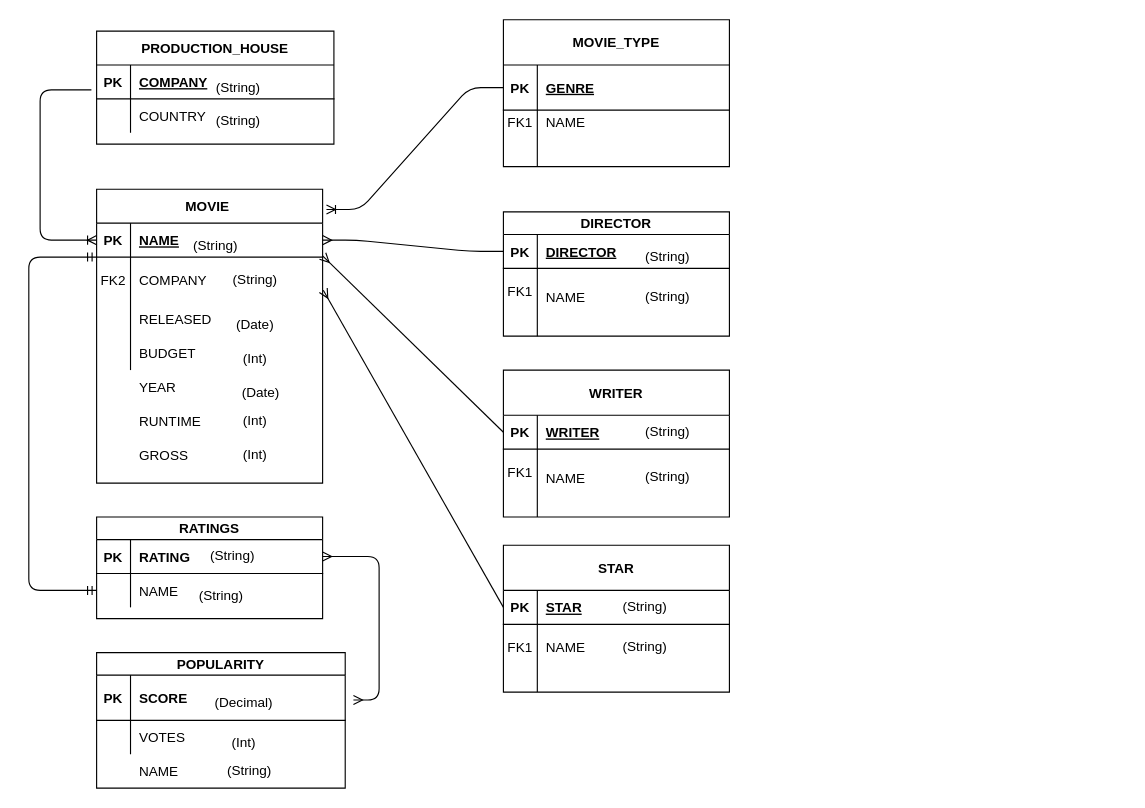
Before: Untitled Diagram.drawio in ashlesha10/66daysofdata, a draw.io diagram. Source tidied: cells renumbered, new cells numbered last; positions are measured from the earlier drawing's top-left corner, leaving out a move shared by most shapes. Both pictures are drawn from the tidied source at 113%, with x=0, y=0 at pixel (28, 19).
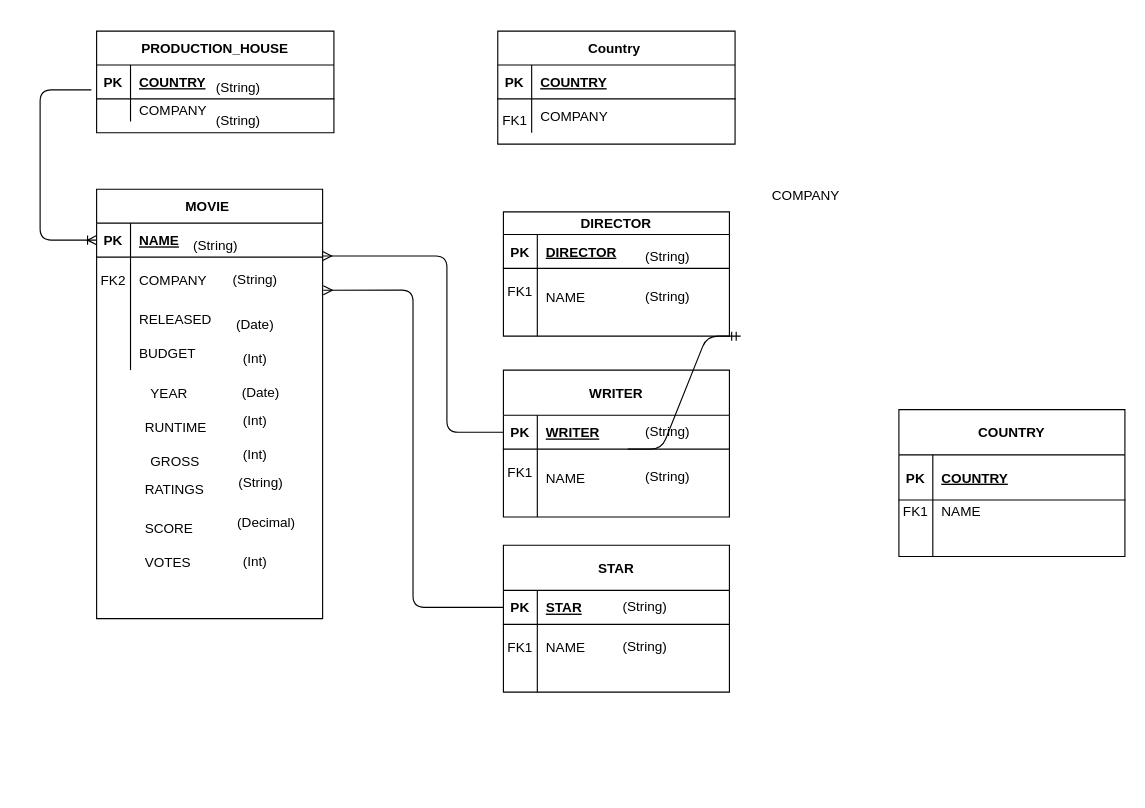
The same diagram, later.

Unchanged cells that the change refers to:
```xml
<mxCell id="3" style="shape=partialRectangle;fillColor=none;points=[[0,0.5],[1,0.5]];portConstraint=eastwest;top=0;left=0;right=0;bottom=1;" parent="2" vertex="1">
  <mxGeometry y="40" width="200" height="40" as="geometry" />
</mxCell>
<mxCell id="13" style="shape=partialRectangle;fillColor=none;points=[[0,0.5],[1,0.5]];portConstraint=eastwest;top=0;left=0;right=0;bottom=1;" parent="12" vertex="1">
  <mxGeometry y="20" width="200" height="30" as="geometry" />
</mxCell>
<mxCell id="23" style="shape=partialRectangle;fillColor=none;points=[[0,0.5],[1,0.5]];portConstraint=eastwest;top=0;left=0;right=0;bottom=1;" parent="22" vertex="1">
  <mxGeometry y="30" width="210" height="30" as="geometry" />
</mxCell>
<mxCell id="31" style="shape=partialRectangle;fillColor=none;points=[[0,0.5],[1,0.5]];portConstraint=eastwest;top=0;left=0;right=0;bottom=1;" parent="30" vertex="1">
  <mxGeometry y="30" width="200" height="30" as="geometry" />
</mxCell>
<mxCell id="34" style="shape=partialRectangle;fillColor=none;points=[[0,0.5],[1,0.5]];portConstraint=eastwest;top=0;left=0;right=0;bottom=0;" parent="30" vertex="1">
  <mxGeometry y="60" width="200" height="40" as="geometry" />
</mxCell>
<mxCell id="60" style="shape=partialRectangle;fillColor=none;points=[[0,0.5],[1,0.5]];portConstraint=eastwest;top=0;left=0;right=0;bottom=1;" parent="59" vertex="1">
  <mxGeometry y="40" width="200" height="30" as="geometry" />
</mxCell>
<mxCell id="70" style="shape=partialRectangle;fillColor=none;points=[[0,0.5],[1,0.5]];portConstraint=eastwest;top=0;left=0;right=0;bottom=1;" parent="69" vertex="1">
  <mxGeometry y="40" width="200" height="30" as="geometry" />
</mxCell>
```

The edit, as a diff of the source:
```diff
@@
-    <mxCell id="2" value="MOVIE_TYPE" style="shape=table;startSize=40;childLayout=tableLayout;rowLines=0;fontStyle=1;align=center;" parent="1" vertex="1">
-      <mxGeometry x="420" width="200" height="130" as="geometry" />
+    <mxCell id="2" value="COUNTRY" style="shape=table;startSize=40;childLayout=tableLayout;rowLines=0;fontStyle=1;align=center;" parent="1" vertex="1">
+      <mxGeometry x="770" y="345" width="200" height="130" as="geometry" />
     </mxCell>
@@
-    <mxCell id="5" value="GENRE" style="shape=partialRectangle;overflow=hidden;fillColor=none;top=0;left=0;bottom=0;right=0;align=left;spacingLeft=6;fontStyle=5;" parent="3" vertex="1">
+    <mxCell id="5" value="COUNTRY" style="shape=partialRectangle;overflow=hidden;fillColor=none;top=0;left=0;bottom=0;right=0;align=left;spacingLeft=6;fontStyle=5;" parent="3" vertex="1">
       <mxGeometry x="30" width="170" height="40" as="geometry" />
     </mxCell>
@@
     <mxCell id="22" value="PRODUCTION_HOUSE" style="shape=table;startSize=30;childLayout=tableLayout;rowLines=0;fontStyle=1;align=center;" parent="1" vertex="1">
-      <mxGeometry x="60" y="10" width="210" height="100" as="geometry" />
+      <mxGeometry x="60" y="10" width="210" height="90" as="geometry" />
     </mxCell>
@@
-    <mxCell id="25" value="COMPANY" style="shape=partialRectangle;overflow=hidden;fillColor=none;top=0;left=0;bottom=0;right=0;align=left;spacingLeft=6;fontStyle=5;" parent="23" vertex="1">
+    <mxCell id="25" value="COUNTRY" style="shape=partialRectangle;overflow=hidden;fillColor=none;top=0;left=0;bottom=0;right=0;align=left;spacingLeft=6;fontStyle=5;" parent="23" vertex="1">
       <mxGeometry x="30" width="180" height="30" as="geometry" />
     </mxCell>
     <mxCell id="26" style="shape=partialRectangle;fillColor=none;top=0;left=0;right=0;bottom=0;" parent="22" vertex="1">
-      <mxGeometry y="60" width="210" height="30" as="geometry" />
+      <mxGeometry y="60" width="210" height="20" as="geometry" />
     </mxCell>
     <mxCell id="27" style="shape=partialRectangle;overflow=hidden;fillColor=none;top=0;left=0;bottom=0;right=0;" parent="26" vertex="1">
-      <mxGeometry width="30" height="30" as="geometry" />
+      <mxGeometry width="30" height="20" as="geometry" />
     </mxCell>
-    <mxCell id="28" value="COUNTRY" style="shape=partialRectangle;overflow=hidden;fillColor=none;top=0;left=0;bottom=0;right=0;align=left;spacingLeft=6;" parent="26" vertex="1">
-      <mxGeometry x="30" width="180" height="30" as="geometry" />
+    <mxCell id="28" value="COMPANY" style="shape=partialRectangle;overflow=hidden;fillColor=none;top=0;left=0;bottom=0;right=0;align=left;spacingLeft=6;" parent="26" vertex="1">
+      <mxGeometry x="30" width="180" height="20" as="geometry" />
     </mxCell>
@@
     <mxCell id="30" value="MOVIE " style="shape=table;startSize=30;childLayout=tableLayout;rowLines=0;fontStyle=1;align=center;" parent="1" vertex="1">
-      <mxGeometry x="60" y="150" width="200" height="260" as="geometry" />
+      <mxGeometry x="60" y="150" width="200" height="380" as="geometry" />
     </mxCell>
@@
     <mxCell id="43" value="RUNTIME" style="shape=partialRectangle;overflow=hidden;fillColor=none;top=0;left=0;bottom=0;right=0;align=left;spacingLeft=6;" parent="1" vertex="1">
-      <mxGeometry x="90" y="340" width="220" height="30" as="geometry" />
+      <mxGeometry x="95" y="345" width="220" height="30" as="geometry" />
     </mxCell>
     <mxCell id="44" value="YEAR" style="shape=partialRectangle;overflow=hidden;fillColor=none;top=0;left=0;bottom=0;right=0;align=left;spacingLeft=6;" parent="1" vertex="1">
-      <mxGeometry x="90" y="310" width="220" height="30" as="geometry" />
+      <mxGeometry x="100" y="315" width="220" height="30" as="geometry" />
     </mxCell>
-    <mxCell id="45" value="RATINGS" style="shape=table;startSize=20;childLayout=tableLayout;rowLines=0;fontStyle=1;align=center;" parent="1" vertex="1">
-      <mxGeometry x="60" y="440" width="200" height="90" as="geometry" />
-    </mxCell>
-    <mxCell id="46" style="shape=partialRectangle;fillColor=none;points=[[0,0.5],[1,0.5]];portConstraint=eastwest;top=0;left=0;right=0;bottom=1;" parent="45" vertex="1">
-      <mxGeometry y="20" width="200" height="30" as="geometry" />
-    </mxCell>
-    <mxCell id="47" value="PK" style="shape=partialRectangle;overflow=hidden;fillColor=none;top=0;left=0;bottom=0;right=0;fontStyle=1;" parent="46" vertex="1">
-      <mxGeometry width="30" height="30" as="geometry" />
-    </mxCell>
-    <mxCell id="48" value="RATING" style="shape=partialRectangle;overflow=hidden;fillColor=none;top=0;left=0;bottom=0;right=0;align=left;spacingLeft=6;fontStyle=1;" parent="46" vertex="1">
-      <mxGeometry x="30" width="170" height="30" as="geometry" />
-    </mxCell>
-    <mxCell id="49" style="shape=partialRectangle;fillColor=none;points=[[0,0.5],[1,0.5]];portConstraint=eastwest;top=0;left=0;right=0;bottom=0;" parent="45" vertex="1">
-      <mxGeometry y="50" width="200" height="30" as="geometry" />
-    </mxCell>
-    <mxCell id="50" style="shape=partialRectangle;overflow=hidden;fillColor=none;top=0;left=0;bottom=0;right=0;" parent="49" vertex="1">
-      <mxGeometry width="30" height="30" as="geometry" />
-    </mxCell>
-    <mxCell id="51" value="NAME" style="shape=partialRectangle;overflow=hidden;fillColor=none;top=0;left=0;bottom=0;right=0;align=left;spacingLeft=6;" parent="49" vertex="1">
-      <mxGeometry x="30" width="170" height="30" as="geometry" />
-    </mxCell>
-    <mxCell id="52" value="POPULARITY" style="shape=table;startSize=20;childLayout=tableLayout;rowLines=0;fontStyle=1;align=center;" parent="1" vertex="1">
-      <mxGeometry x="60" y="560" width="220" height="120" as="geometry" />
-    </mxCell>
-    <mxCell id="53" style="shape=partialRectangle;fillColor=none;points=[[0,0.5],[1,0.5]];portConstraint=eastwest;top=0;left=0;right=0;bottom=1;" parent="52" vertex="1">
-      <mxGeometry y="20" width="220" height="40" as="geometry" />
-    </mxCell>
-    <mxCell id="54" value="PK" style="shape=partialRectangle;overflow=hidden;fillColor=none;top=0;left=0;bottom=0;right=0;fontStyle=1;" parent="53" vertex="1">
-      <mxGeometry width="30" height="40" as="geometry" />
-    </mxCell>
-    <mxCell id="55" value="SCORE" style="shape=partialRectangle;overflow=hidden;fillColor=none;top=0;left=0;bottom=0;right=0;align=left;spacingLeft=6;fontStyle=1;" parent="53" vertex="1">
-      <mxGeometry x="30" width="190" height="40" as="geometry" />
-    </mxCell>
-    <mxCell id="56" style="shape=partialRectangle;fillColor=none;top=0;left=0;right=0;bottom=0;" parent="52" vertex="1">
-      <mxGeometry y="60" width="220" height="30" as="geometry" />
-    </mxCell>
-    <mxCell id="57" style="shape=partialRectangle;overflow=hidden;fillColor=none;top=0;left=0;bottom=0;right=0;" parent="56" vertex="1">
-      <mxGeometry width="30" height="30" as="geometry" />
-    </mxCell>
-    <mxCell id="58" value="VOTES" style="shape=partialRectangle;overflow=hidden;fillColor=none;top=0;left=0;bottom=0;right=0;align=left;spacingLeft=6;" parent="56" vertex="1">
-      <mxGeometry x="30" width="190" height="30" as="geometry" />
-    </mxCell>
@@
     <mxCell id="81" value="GROSS" style="shape=partialRectangle;overflow=hidden;fillColor=none;top=0;left=0;bottom=0;right=0;align=left;spacingLeft=6;" parent="1" vertex="1">
-      <mxGeometry x="90" y="370" width="210" height="30" as="geometry" />
+      <mxGeometry x="100" y="375" width="210" height="30" as="geometry" />
     </mxCell>
-    <mxCell id="82" value="NAME" style="shape=partialRectangle;overflow=hidden;fillColor=none;top=0;left=0;bottom=0;right=0;align=left;spacingLeft=6;" parent="1" vertex="1">
-      <mxGeometry x="90" y="650" width="210" height="30" as="geometry" />
-    </mxCell>
@@
-    <mxCell id="84" style="edgeStyle=orthogonalEdgeStyle;fontSize=12;html=1;endArrow=ERmandOne;startArrow=ERmandOne;exitX=0;exitY=0.5;exitDx=0;exitDy=0;" parent="1" edge="1" source="49">
-      <mxGeometry relative="1" as="geometry">
-        <mxPoint x="60" y="210" as="targetPoint" />
-        <Array as="points">
-          <mxPoint y="505" />
-          <mxPoint y="210" />
-        </Array>
-      </mxGeometry>
-    </mxCell>
-    <mxCell id="85" style="edgeStyle=entityRelationEdgeStyle;fontSize=12;html=1;endArrow=ERmany;entryX=1;entryY=0.5;entryDx=0;entryDy=0;exitX=0;exitY=0.5;exitDx=0;exitDy=0;" parent="1" edge="1" source="13" target="31">
-      <mxGeometry relative="1" as="geometry" />
-    </mxCell>
-    <mxCell id="86" style="fontSize=12;html=1;endArrow=ERmany;exitX=0;exitY=0.5;exitDx=0;exitDy=0;" parent="1" edge="1" source="60">
+    <mxCell id="86" style="fontSize=12;html=1;endArrow=ERmany;exitX=0;exitY=0.5;exitDx=0;exitDy=0;edgeStyle=orthogonalEdgeStyle;elbow=vertical;" parent="1" edge="1" source="60">
       <mxGeometry relative="1" as="geometry">
         <mxPoint x="260" y="209" as="targetPoint" />
+        <Array as="points">
+          <mxPoint x="370" y="365" />
+          <mxPoint x="370" y="209" />
+        </Array>
       </mxGeometry>
     </mxCell>
-    <mxCell id="87" style="fontSize=12;html=1;endArrow=ERmany;exitX=0;exitY=0.5;exitDx=0;exitDy=0;entryX=1.003;entryY=0.733;entryDx=0;entryDy=0;entryPerimeter=0;" parent="1" edge="1" source="70" target="34">
+    <mxCell id="87" style="fontSize=12;html=1;endArrow=ERmany;exitX=0;exitY=0.5;exitDx=0;exitDy=0;entryX=1.003;entryY=0.733;entryDx=0;entryDy=0;entryPerimeter=0;edgeStyle=orthogonalEdgeStyle;elbow=vertical;" parent="1" edge="1" source="70" target="34">
       <mxGeometry relative="1" as="geometry" />
     </mxCell>
-    <mxCell id="88" style="edgeStyle=entityRelationEdgeStyle;fontSize=12;html=1;endArrow=ERoneToMany;entryX=1.017;entryY=0.069;entryDx=0;entryDy=0;exitX=0;exitY=0.5;exitDx=0;exitDy=0;entryPerimeter=0;" parent="1" edge="1" source="3" target="30">
-      <mxGeometry relative="1" as="geometry" />
-    </mxCell>
-    <mxCell id="89" style="fontSize=12;html=1;endArrow=ERmany;startArrow=ERmany;exitX=1;exitY=0.5;exitDx=0;exitDy=0;entryX=1.033;entryY=0.55;entryDx=0;entryDy=0;entryPerimeter=0;edgeStyle=elbowEdgeStyle;elbow=vertical;" parent="1" edge="1" source="46" target="53">
-      <mxGeometry relative="1" as="geometry">
-        <Array as="points">
-          <mxPoint x="310" y="539" />
-        </Array>
-      </mxGeometry>
-    </mxCell>
-    <mxCell id="90" value="(String)" style="text;html=1;align=center;verticalAlign=middle;" parent="1" vertex="1">
-      <mxGeometry x="145" y="500" width="50" height="20" as="geometry" />
-    </mxCell>
@@
     <mxCell id="106" value="(String)" style="text;html=1;align=center;verticalAlign=middle;" parent="1" vertex="1">
-      <mxGeometry x="170" y="655" width="50" height="20" as="geometry" />
+      <mxGeometry x="180" y="400" width="50" height="20" as="geometry" />
     </mxCell>
     <mxCell id="107" value="(Int)" style="text;html=1;align=center;verticalAlign=middle;" parent="1" vertex="1">
-      <mxGeometry x="170" y="630" width="40" height="20" as="geometry" />
+      <mxGeometry x="180" y="470" width="40" height="20" as="geometry" />
     </mxCell>
     <mxCell id="108" value="(Decimal)" style="text;html=1;align=center;verticalAlign=middle;" parent="1" vertex="1">
-      <mxGeometry x="155" y="595" width="70" height="20" as="geometry" />
+      <mxGeometry x="175" y="435" width="70" height="20" as="geometry" />
     </mxCell>
-    <mxCell id="109" value="(String)" style="text;html=1;align=center;verticalAlign=middle;" parent="1" vertex="1">
-      <mxGeometry x="155" y="465" width="50" height="20" as="geometry" />
-    </mxCell>
+    <mxCell id="45" value="RATINGS" style="shape=partialRectangle;overflow=hidden;fillColor=none;top=0;left=0;bottom=0;right=0;align=left;spacingLeft=6;" parent="1" vertex="1">
+      <mxGeometry x="95" y="400" width="210" height="30" as="geometry" />
+    </mxCell>
+    <mxCell id="55" value="SCORE" style="shape=partialRectangle;overflow=hidden;fillColor=none;top=0;left=0;bottom=0;right=0;align=left;spacingLeft=6;" parent="1" vertex="1">
+      <mxGeometry x="95" y="435" width="210" height="30" as="geometry" />
+    </mxCell>
+    <mxCell id="58" value="VOTES" style="shape=partialRectangle;overflow=hidden;fillColor=none;top=0;left=0;bottom=0;right=0;align=left;spacingLeft=6;" parent="1" vertex="1">
+      <mxGeometry x="95" y="465" width="210" height="30" as="geometry" />
+    </mxCell>
+    <mxCell id="110" style="edgeStyle=entityRelationEdgeStyle;fontSize=12;html=1;endArrow=ERmandOne;" parent="1" edge="1">
+      <mxGeometry relative="1" as="geometry">
+        <mxPoint x="530" y="380" as="sourcePoint" />
+        <mxPoint x="630" y="280" as="targetPoint" />
+      </mxGeometry>
+    </mxCell>
+    <mxCell id="111" value="COMPANY" style="shape=partialRectangle;overflow=hidden;fillColor=none;top=0;left=0;bottom=0;right=0;align=left;spacingLeft=6;" parent="1" vertex="1">
+      <mxGeometry x="650" y="140" width="180" height="30" as="geometry" />
+    </mxCell>
+    <mxCell id="112" value="Country " style="shape=table;startSize=30;childLayout=tableLayout;rowLines=0;fontStyle=1;align=center;" parent="1" vertex="1">
+      <mxGeometry x="415" y="10" width="210" height="100" as="geometry" />
+    </mxCell>
+    <mxCell id="113" style="shape=partialRectangle;fillColor=none;top=0;left=0;right=0;bottom=1;" parent="112" vertex="1">
+      <mxGeometry y="30" width="210" height="30" as="geometry" />
+    </mxCell>
+    <mxCell id="47" value="PK" style="shape=partialRectangle;overflow=hidden;fillColor=none;top=0;left=0;bottom=0;right=0;fontStyle=1;" parent="113" vertex="1">
+      <mxGeometry width="30" height="30" as="geometry" />
+    </mxCell>
+    <mxCell id="114" value="COUNTRY" style="shape=partialRectangle;overflow=hidden;fillColor=none;top=0;left=0;bottom=0;right=0;align=left;spacingLeft=6;fontStyle=5;" parent="113" vertex="1">
+      <mxGeometry x="30" width="180" height="30" as="geometry" />
+    </mxCell>
+    <mxCell id="115" style="shape=partialRectangle;fillColor=none;top=0;left=0;right=0;bottom=0;" parent="112" vertex="1">
+      <mxGeometry y="60" width="210" height="30" as="geometry" />
+    </mxCell>
+    <mxCell id="116" style="shape=partialRectangle;overflow=hidden;fillColor=none;top=0;left=0;bottom=0;right=0;" parent="115" vertex="1">
+      <mxGeometry width="30" height="30" as="geometry" />
+    </mxCell>
+    <mxCell id="117" value="COMPANY" style="shape=partialRectangle;overflow=hidden;fillColor=none;top=0;left=0;bottom=0;right=0;align=left;spacingLeft=6;" parent="115" vertex="1">
+      <mxGeometry x="30" width="180" height="30" as="geometry" />
+    </mxCell>
+    <mxCell id="118" value="FK1" style="text;html=1;align=center;verticalAlign=middle;" parent="1" vertex="1">
+      <mxGeometry x="410" y="80" width="40" height="20" as="geometry" />
+    </mxCell>
```
